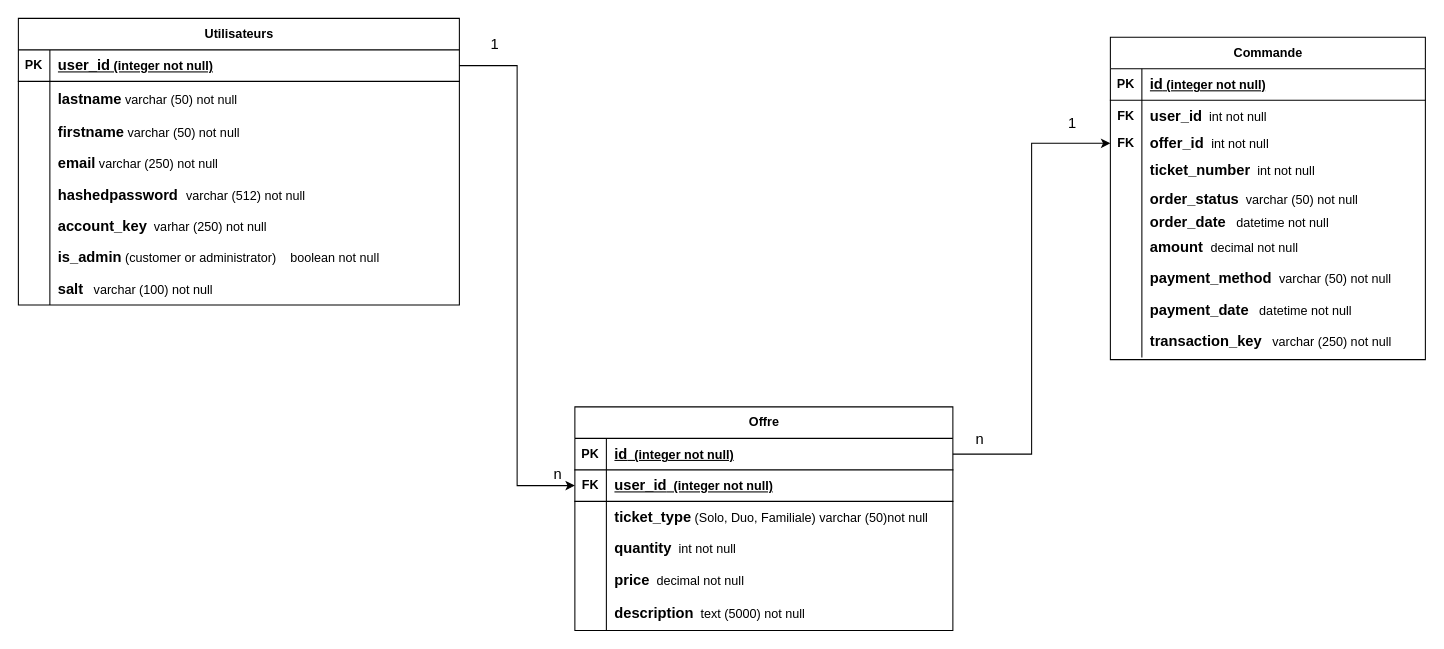
This is page "MPD" (2 of 2) of Conception BDD/Modèle Données.drawio from SARHIRI83/AppJoDepot, a draw.io file, before an edit. Source tidied: cells renumbered, new cells numbered last; positions are measured from the earlier drawing's top-left corner, leaving out a move shared by most shapes. Both pictures are drawn from the tidied source at 105%, with x=0, y=0 at pixel (18, 18).
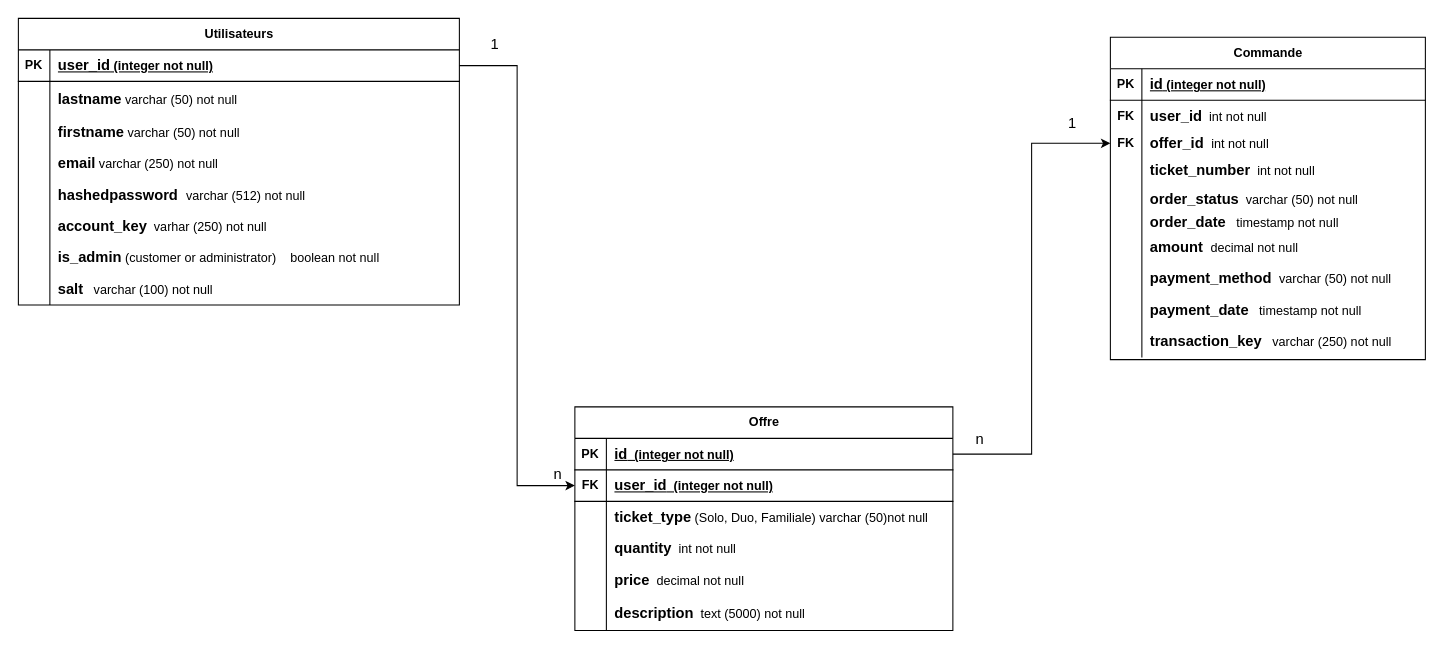
Above is the later version.

Unchanged cells that the change refers to:
```xml
<mxCell id="62" style="shape=tableRow;horizontal=0;startSize=0;swimlaneHead=0;swimlaneBody=0;fillColor=none;top=0;left=0;right=0;bottom=0;" parent="46" vertex="1">
  <mxGeometry y="165" width="300" height="20" as="geometry" />
</mxCell>
<mxCell id="71" style="shape=tableRow;horizontal=0;startSize=0;swimlaneHead=0;swimlaneBody=0;fillColor=none;top=0;left=0;right=0;bottom=0;" parent="46" vertex="1">
  <mxGeometry y="245" width="300" height="30" as="geometry" />
</mxCell>
```

Change to the diagram source:
```diff
@@
-    <mxCell id="64" value="&lt;font style=&quot;font-size: 14px;&quot;&gt;&lt;b&gt;order_date&lt;/b&gt;&lt;/font&gt;&amp;nbsp; &amp;nbsp;datetime not null" style="shape=partialRectangle;fillColor=none;top=0;left=0;bottom=0;right=0;align=left;spacingLeft=6;overflow=hidden;whiteSpace=wrap;html=1;" parent="62" vertex="1">
+    <mxCell id="64" value="&lt;font style=&quot;font-size: 14px;&quot;&gt;&lt;b&gt;order_date&lt;/b&gt;&lt;/font&gt;&amp;nbsp; &amp;nbsp;timestamp not null" style="shape=partialRectangle;fillColor=none;top=0;left=0;bottom=0;right=0;align=left;spacingLeft=6;overflow=hidden;whiteSpace=wrap;html=1;" parent="62" vertex="1">
       <mxGeometry x="30" width="270" height="20" as="geometry" />
     </mxCell>
@@
-    <mxCell id="73" value="&lt;b&gt;&lt;font style=&quot;font-size: 14px;&quot;&gt;payment_date&lt;/font&gt;&lt;/b&gt;&amp;nbsp; &amp;nbsp;datetime not null" style="shape=partialRectangle;fillColor=none;top=0;left=0;bottom=0;right=0;align=left;spacingLeft=6;overflow=hidden;whiteSpace=wrap;html=1;" parent="71" vertex="1">
+    <mxCell id="73" value="&lt;b&gt;&lt;font style=&quot;font-size: 14px;&quot;&gt;payment_date&lt;/font&gt;&lt;/b&gt;&amp;nbsp; &amp;nbsp;timestamp not null" style="shape=partialRectangle;fillColor=none;top=0;left=0;bottom=0;right=0;align=left;spacingLeft=6;overflow=hidden;whiteSpace=wrap;html=1;" parent="71" vertex="1">
       <mxGeometry x="30" width="270" height="30" as="geometry" />
     </mxCell>
```
